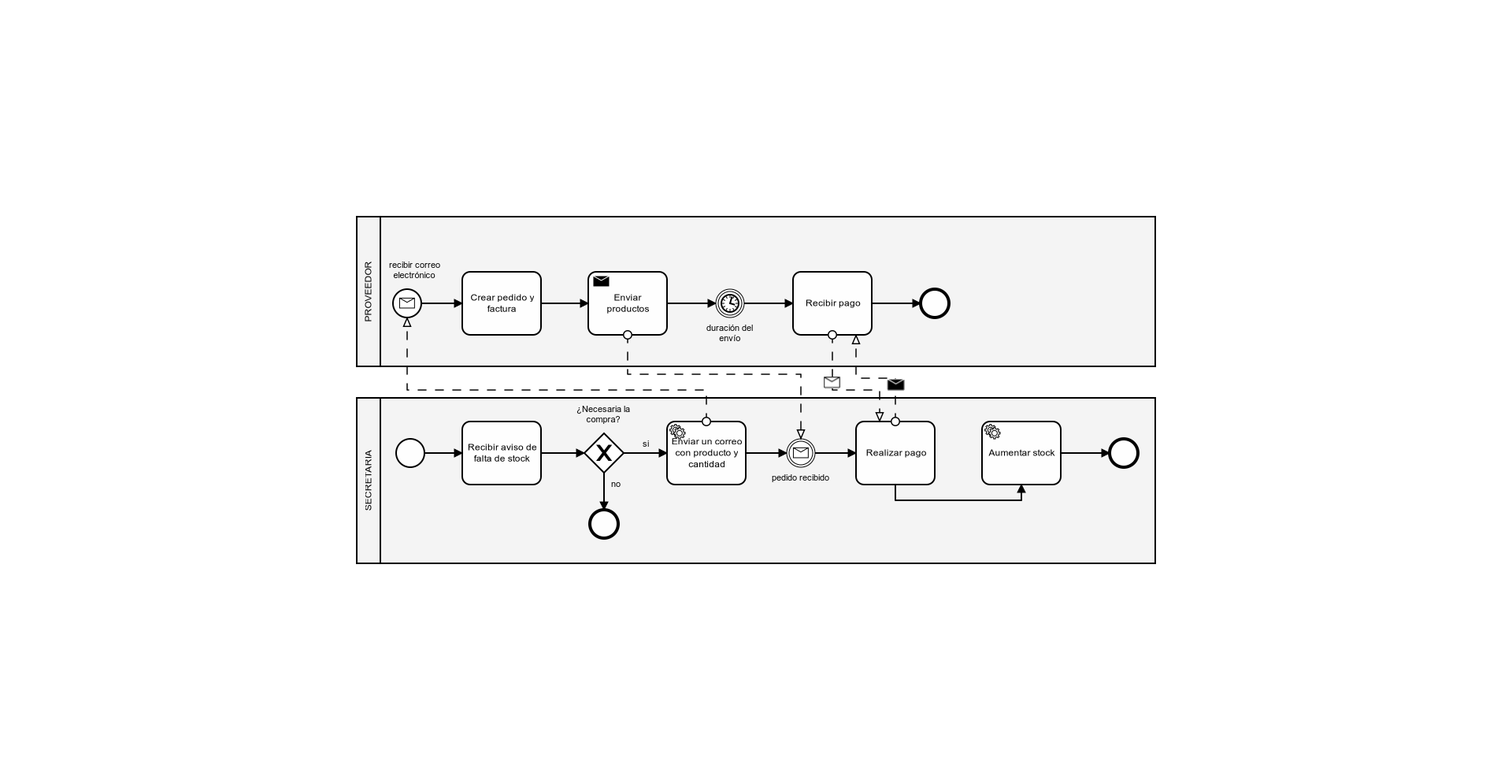
Before: Remus/doc/images/Solicitud de Stock Nuevo.png, a diagram exported from BPMN (Jesusjbs/clinicaDental-ir). Its source is kept beside it as Procesos de negocio actuales/Solicitud de Stock Nuevo.bpmn. Ids are renumbered.
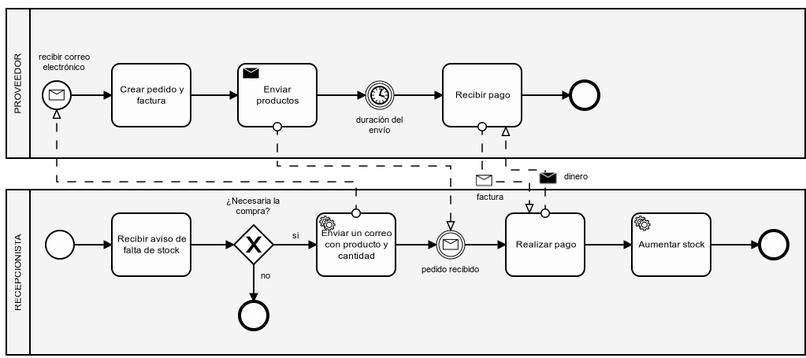
The same diagram one commit later.

Commit message:
Añadida factura y diagramas corregidos

The edit, as a diff of the source:
```diff
@@ -1,11 +1,11 @@
 <bpmn:definitions xmlns:xsi="http://www.w3.org/2001/XMLSchema-instance" xmlns:bpmn="http://www.omg.org/spec/BPMN/20100524/MODEL" xmlns:bpmndi="http://www.omg.org/spec/BPMN/20100524/DI" xmlns:dc="http://www.omg.org/spec/DD/20100524/DC" xmlns:di="http://www.omg.org/spec/DD/20100524/DI" id="Definitions_n1" targetNamespace="http://bpmn.io/schema/bpmn" exporter="bpmn-js (https://demo.bpmn.io)" exporterVersion="7.3.0">
   <bpmn:collaboration id="Collaboration_n2">
     <bpmn:participant id="Participant_n3" name="PROVEEDOR" processRef="Process_n4" />
-    <bpmn:participant id="Participant_n5" name="SECRETARIA" processRef="Process_n6" />
+    <bpmn:participant id="Participant_n5" name="RECEPCIONISTA" processRef="Process_n6" />
     <bpmn:messageFlow id="Flow_n7" sourceRef="Activity_n8" targetRef="StartEvent_n9" />
     <bpmn:messageFlow id="Flow_n10" sourceRef="Activity_n11" targetRef="Event_n12" />
-    <bpmn:messageFlow id="Flow_n13" sourceRef="Activity_n14" targetRef="Activity_n15" />
-    <bpmn:messageFlow id="Flow_n16" sourceRef="Activity_n15" targetRef="Activity_n14" />
+    <bpmn:messageFlow id="Flow_n13" name="factura" sourceRef="Activity_n14" targetRef="Activity_n15" />
+    <bpmn:messageFlow id="Flow_n16" name="dinero" sourceRef="Activity_n15" targetRef="Activity_n14" />
   </bpmn:collaboration>
   <bpmn:process id="Process_n4" isExecutable="false">
     <bpmn:startEvent id="StartEvent_n9" name="recibir correo electrónico">
@@ -88,25 +88,25 @@
       <bpmndi:BPMNShape id="Participant_n3_di" bpmnElement="Participant_n3" isHorizontal="true">
         <dc:Bounds x="156" y="50" width="1014" height="190" />
       </bpmndi:BPMNShape>
-      <bpmndi:BPMNEdge id="Flow_n17_di" bpmnElement="Flow_n17">
-        <di:waypoint x="238" y="160" />
-        <di:waypoint x="290" y="160" />
+      <bpmndi:BPMNEdge id="Flow_n25_di" bpmnElement="Flow_n25">
+        <di:waypoint x="810" y="160" />
+        <di:waypoint x="872" y="160" />
+      </bpmndi:BPMNEdge>
+      <bpmndi:BPMNEdge id="Flow_n23_di" bpmnElement="Flow_n23">
+        <di:waypoint x="648" y="160" />
+        <di:waypoint x="710" y="160" />
+      </bpmndi:BPMNEdge>
+      <bpmndi:BPMNEdge id="Flow_n22_di" bpmnElement="Flow_n22">
+        <di:waypoint x="550" y="160" />
+        <di:waypoint x="612" y="160" />
       </bpmndi:BPMNEdge>
       <bpmndi:BPMNEdge id="Flow_n20_di" bpmnElement="Flow_n20">
         <di:waypoint x="390" y="160" />
         <di:waypoint x="450" y="160" />
       </bpmndi:BPMNEdge>
-      <bpmndi:BPMNEdge id="Flow_n22_di" bpmnElement="Flow_n22">
-        <di:waypoint x="550" y="160" />
-        <di:waypoint x="612" y="160" />
-      </bpmndi:BPMNEdge>
-      <bpmndi:BPMNEdge id="Flow_n23_di" bpmnElement="Flow_n23">
-        <di:waypoint x="648" y="160" />
-        <di:waypoint x="710" y="160" />
-      </bpmndi:BPMNEdge>
-      <bpmndi:BPMNEdge id="Flow_n25_di" bpmnElement="Flow_n25">
-        <di:waypoint x="810" y="160" />
-        <di:waypoint x="872" y="160" />
+      <bpmndi:BPMNEdge id="Flow_n17_di" bpmnElement="Flow_n17">
+        <di:waypoint x="238" y="160" />
+        <di:waypoint x="290" y="160" />
       </bpmndi:BPMNEdge>
       <bpmndi:BPMNShape id="Event_0sac3dw_di" bpmnElement="StartEvent_n9">
         <dc:Bounds x="202" y="142" width="36" height="36" />
@@ -135,13 +135,28 @@
       <bpmndi:BPMNShape id="Participant_n5_di" bpmnElement="Participant_n5" isHorizontal="true">
         <dc:Bounds x="156" y="280" width="1014" height="210" />
       </bpmndi:BPMNShape>
-      <bpmndi:BPMNEdge id="Flow_n28_di" bpmnElement="Flow_n28">
-        <di:waypoint x="242" y="350" />
-        <di:waypoint x="290" y="350" />
+      <bpmndi:BPMNEdge id="Flow_n40_di" bpmnElement="Flow_n40">
+        <di:waypoint x="1050" y="350" />
+        <di:waypoint x="1112" y="350" />
       </bpmndi:BPMNEdge>
-      <bpmndi:BPMNEdge id="Flow_n30_di" bpmnElement="Flow_n30">
-        <di:waypoint x="390" y="350" />
-        <di:waypoint x="445" y="350" />
+      <bpmndi:BPMNEdge id="Flow_n38_di" bpmnElement="Flow_n38">
+        <di:waypoint x="890" y="350" />
+        <di:waypoint x="950" y="350" />
+      </bpmndi:BPMNEdge>
+      <bpmndi:BPMNEdge id="Flow_n36_di" bpmnElement="Flow_n36">
+        <di:waypoint x="738" y="350" />
+        <di:waypoint x="790" y="350" />
+      </bpmndi:BPMNEdge>
+      <bpmndi:BPMNEdge id="Flow_n35_di" bpmnElement="Flow_n35">
+        <di:waypoint x="650" y="350" />
+        <di:waypoint x="702" y="350" />
+      </bpmndi:BPMNEdge>
+      <bpmndi:BPMNEdge id="Flow_n33_di" bpmnElement="Flow_n33">
+        <di:waypoint x="495" y="350" />
+        <di:waypoint x="550" y="350" />
+        <bpmndi:BPMNLabel>
+          <dc:Bounds x="519" y="332" width="8" height="14" />
+        </bpmndi:BPMNLabel>
       </bpmndi:BPMNEdge>
       <bpmndi:BPMNEdge id="Flow_n32_di" bpmnElement="Flow_n32">
         <di:waypoint x="470" y="375" />
@@ -150,30 +165,13 @@
           <dc:Bounds x="479" y="383" width="13" height="14" />
         </bpmndi:BPMNLabel>
       </bpmndi:BPMNEdge>
-      <bpmndi:BPMNEdge id="Flow_n33_di" bpmnElement="Flow_n33">
-        <di:waypoint x="495" y="350" />
-        <di:waypoint x="550" y="350" />
-        <bpmndi:BPMNLabel>
-          <dc:Bounds x="519" y="332" width="8" height="14" />
-        </bpmndi:BPMNLabel>
+      <bpmndi:BPMNEdge id="Flow_n30_di" bpmnElement="Flow_n30">
+        <di:waypoint x="390" y="350" />
+        <di:waypoint x="445" y="350" />
       </bpmndi:BPMNEdge>
-      <bpmndi:BPMNEdge id="Flow_n35_di" bpmnElement="Flow_n35">
-        <di:waypoint x="650" y="350" />
-        <di:waypoint x="702" y="350" />
-      </bpmndi:BPMNEdge>
-      <bpmndi:BPMNEdge id="Flow_n36_di" bpmnElement="Flow_n36">
-        <di:waypoint x="738" y="350" />
-        <di:waypoint x="790" y="350" />
-      </bpmndi:BPMNEdge>
-      <bpmndi:BPMNEdge id="Flow_n38_di" bpmnElement="Flow_n38">
-        <di:waypoint x="840" y="390" />
-        <di:waypoint x="840" y="410" />
-        <di:waypoint x="1000" y="410" />
-        <di:waypoint x="1000" y="390" />
-      </bpmndi:BPMNEdge>
-      <bpmndi:BPMNEdge id="Flow_n40_di" bpmnElement="Flow_n40">
-        <di:waypoint x="1050" y="350" />
-        <di:waypoint x="1112" y="350" />
+      <bpmndi:BPMNEdge id="Flow_n28_di" bpmnElement="Flow_n28">
+        <di:waypoint x="242" y="350" />
+        <di:waypoint x="290" y="350" />
       </bpmndi:BPMNEdge>
       <bpmndi:BPMNShape id="Event_n27_di" bpmnElement="Event_n27">
         <dc:Bounds x="206" y="332" width="36" height="36" />
@@ -225,12 +223,18 @@
         <di:waypoint x="760" y="270" />
         <di:waypoint x="820" y="270" />
         <di:waypoint x="820" y="310" />
+        <bpmndi:BPMNLabel>
+          <dc:Bounds x="753" y="283" width="34" height="14" />
+        </bpmndi:BPMNLabel>
       </bpmndi:BPMNEdge>
       <bpmndi:BPMNEdge id="Flow_n16_di" bpmnElement="Flow_n16">
         <di:waypoint x="840" y="310" />
         <di:waypoint x="840" y="255" />
         <di:waypoint x="790" y="255" />
         <di:waypoint x="790" y="200" />
+        <bpmndi:BPMNLabel>
+          <dc:Bounds x="864" y="257" width="31" height="14" />
+        </bpmndi:BPMNLabel>
       </bpmndi:BPMNEdge>
     </bpmndi:BPMNPlane>
   </bpmndi:BPMNDiagram>
```
